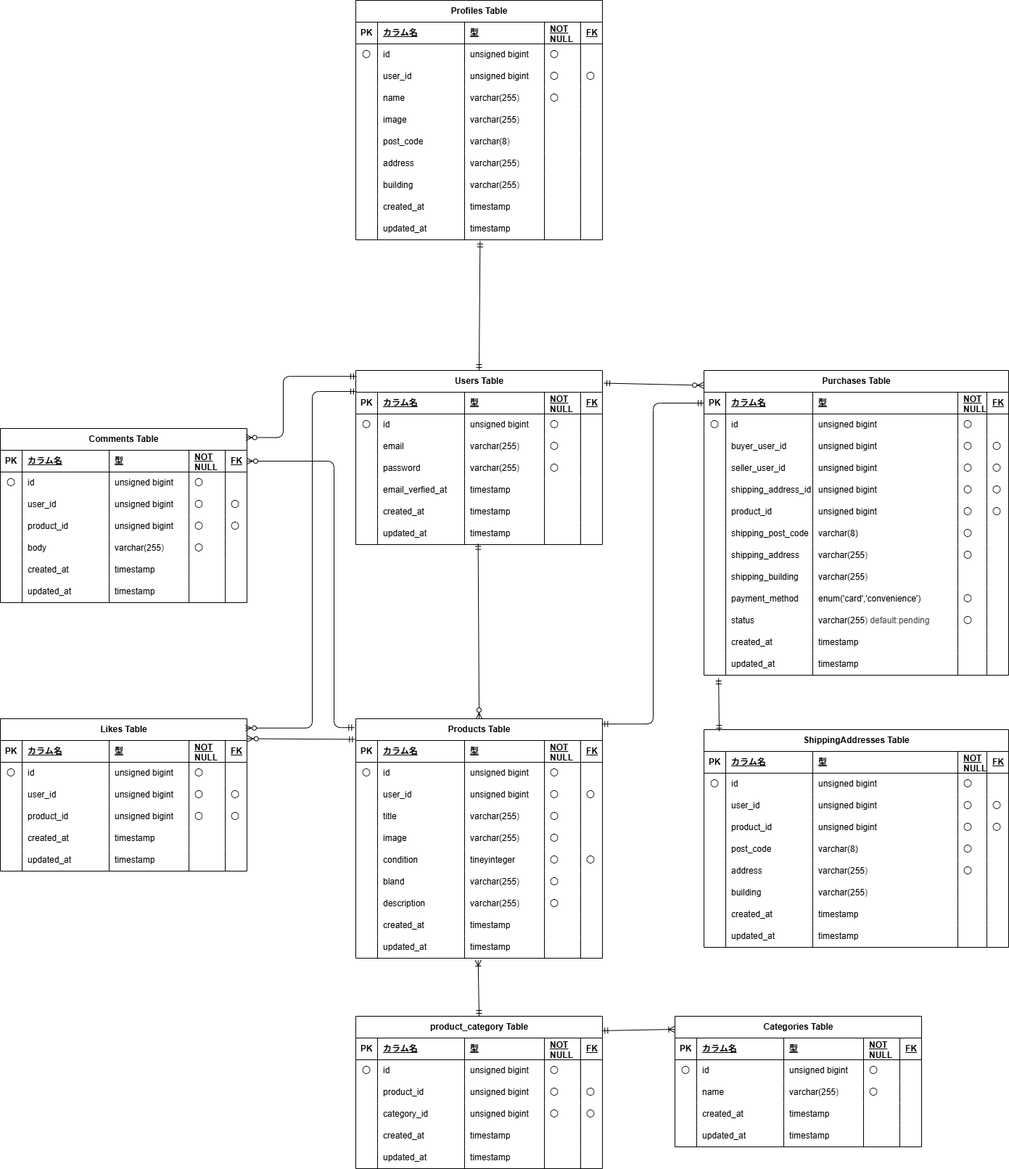
The draw.io diagram mock-case1.png in ErikoKikuchi/mock-case1, before a commit. Source tidied: cells renumbered, new cells last; positions are measured from the earlier drawing's top-left corner, leaving out a move shared by most shapes.
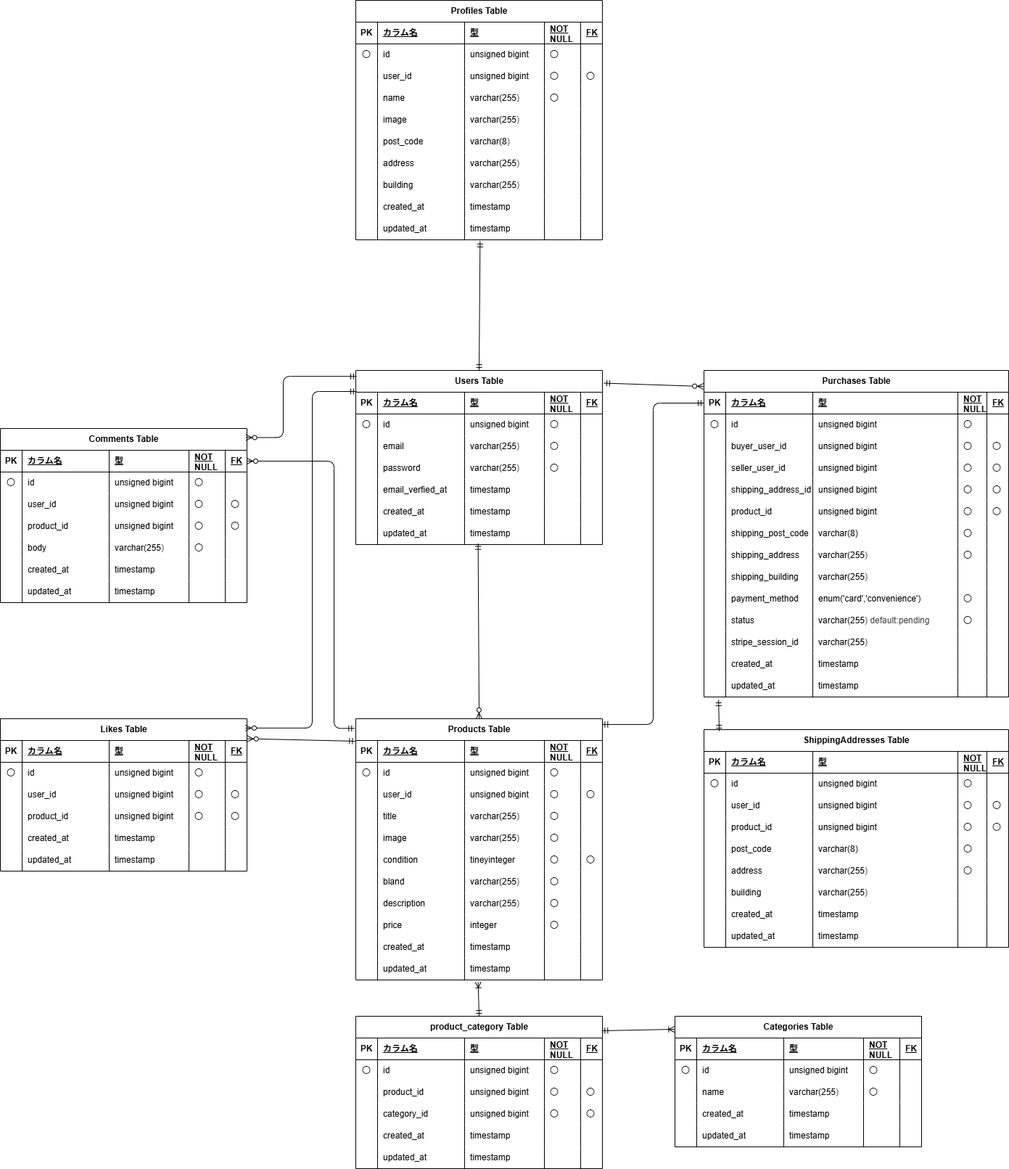
After the change.

Change to the diagram source:
```diff
@@ -465,7 +465,7 @@
       <mxGeometry x="310" width="30" height="30" as="geometry" />
     </mxCell>
     <mxCell id="156" value="Purchases Table" style="shape=table;startSize=30;rowLines=0;fontStyle=1;align=center;html=1;" parent="1" vertex="1">
-      <mxGeometry x="970" y="510" width="420" height="420" as="geometry" />
+      <mxGeometry x="970" y="510" width="420" height="450" as="geometry" />
     </mxCell>
     <mxCell id="157" style="shape=tableRow;horizontal=0;startSize=0;swimlaneHead=0;swimlaneBody=0;fillColor=none;points=[[0,0.5],[1,0.5]];portConstraint=eastwest;top=0;left=0;right=0;bottom=1;" parent="156" vertex="1">
       <mxGeometry y="30" width="420" height="30" as="geometry" />
@@ -665,8 +665,26 @@
     <mxCell id="222" style="shape=partialRectangle;fillColor=none;top=0;left=0;bottom=0;right=0;align=left;spacingLeft=6;overflow=hidden;whiteSpace=wrap;html=1;" parent="217" vertex="1">
       <mxGeometry x="390" width="30" height="30" as="geometry" />
     </mxCell>
+    <mxCell id="460" style="shape=tableRow;horizontal=0;startSize=0;swimlaneHead=0;swimlaneBody=0;fillColor=none;top=0;left=0;right=0;bottom=0;" parent="156" vertex="1">
+      <mxGeometry y="360" width="420" height="30" as="geometry" />
+    </mxCell>
+    <mxCell id="461" style="shape=partialRectangle;fillColor=none;top=0;left=0;bottom=0;right=0;overflow=hidden;whiteSpace=wrap;html=1;" parent="460" vertex="1">
+      <mxGeometry width="30" height="30" as="geometry" />
+    </mxCell>
+    <mxCell id="462" value="stripe_session_id" style="shape=partialRectangle;fillColor=none;top=0;left=0;bottom=0;right=0;align=left;spacingLeft=6;overflow=hidden;whiteSpace=wrap;html=1;" parent="460" vertex="1">
+      <mxGeometry x="30" width="120" height="30" as="geometry" />
+    </mxCell>
+    <mxCell id="463" value="&lt;span style=&quot;scrollbar-color: rgb(226, 226, 226) rgb(251, 251, 251); color: rgb(0, 0, 0);&quot;&gt;varchar(255&lt;/span&gt;&lt;span style=&quot;scrollbar-color: rgb(226, 226, 226) rgb(251, 251, 251); background-color: transparent; color: rgb(63, 63, 63);&quot;&gt;)&lt;/span&gt;" style="shape=partialRectangle;fillColor=none;top=0;left=0;bottom=0;right=0;align=left;spacingLeft=6;overflow=hidden;whiteSpace=wrap;html=1;" parent="460" vertex="1">
+      <mxGeometry x="150" width="200" height="30" as="geometry" />
+    </mxCell>
+    <mxCell id="464" style="shape=partialRectangle;fillColor=none;top=0;left=0;bottom=0;right=0;align=left;spacingLeft=6;overflow=hidden;whiteSpace=wrap;html=1;" parent="460" vertex="1">
+      <mxGeometry x="350" width="40" height="30" as="geometry" />
+    </mxCell>
+    <mxCell id="465" style="shape=partialRectangle;fillColor=none;top=0;left=0;bottom=0;right=0;align=left;spacingLeft=6;overflow=hidden;whiteSpace=wrap;html=1;" parent="460" vertex="1">
+      <mxGeometry x="390" width="30" height="30" as="geometry" />
+    </mxCell>
     <mxCell id="223" style="shape=tableRow;horizontal=0;startSize=0;swimlaneHead=0;swimlaneBody=0;fillColor=none;top=0;left=0;right=0;bottom=0;" parent="156" vertex="1">
-      <mxGeometry y="360" width="420" height="30" as="geometry" />
+      <mxGeometry y="390" width="420" height="30" as="geometry" />
     </mxCell>
     <mxCell id="224" style="shape=partialRectangle;fillColor=none;top=0;left=0;bottom=0;right=0;overflow=hidden;whiteSpace=wrap;html=1;" parent="223" vertex="1">
       <mxGeometry width="30" height="30" as="geometry" />
@@ -684,7 +702,7 @@
       <mxGeometry x="390" width="30" height="30" as="geometry" />
     </mxCell>
     <mxCell id="229" style="shape=tableRow;horizontal=0;startSize=0;swimlaneHead=0;swimlaneBody=0;fillColor=none;points=[[0,0.5],[1,0.5]];portConstraint=eastwest;top=0;left=0;right=0;bottom=0;" parent="156" vertex="1">
-      <mxGeometry y="390" width="420" height="30" as="geometry" />
+      <mxGeometry y="420" width="420" height="30" as="geometry" />
     </mxCell>
     <mxCell id="230" style="shape=partialRectangle;fillColor=none;top=0;left=0;bottom=0;right=0;overflow=hidden;whiteSpace=wrap;html=1;" parent="229" vertex="1">
       <mxGeometry width="30" height="30" as="geometry" />
@@ -702,7 +720,7 @@
       <mxGeometry x="390" width="30" height="30" as="geometry" />
     </mxCell>
     <mxCell id="235" value="Products Table" style="shape=table;startSize=30;rowLines=0;fontStyle=1;align=center;html=1;" parent="1" vertex="1">
-      <mxGeometry x="490" y="990" width="340" height="330" as="geometry" />
+      <mxGeometry x="490" y="990" width="340" height="360" as="geometry" />
     </mxCell>
     <mxCell id="236" style="shape=tableRow;horizontal=0;startSize=0;swimlaneHead=0;swimlaneBody=0;fillColor=none;top=0;left=0;right=0;bottom=1;" parent="235" vertex="1">
       <mxGeometry y="30" width="340" height="30" as="geometry" />
@@ -848,8 +866,26 @@
     <mxCell id="283" style="shape=partialRectangle;fillColor=none;top=0;left=0;bottom=0;right=0;align=left;spacingLeft=6;overflow=hidden;whiteSpace=wrap;html=1;" parent="278" vertex="1">
       <mxGeometry x="310" width="30" height="30" as="geometry" />
     </mxCell>
+    <mxCell id="466" style="shape=tableRow;horizontal=0;startSize=0;swimlaneHead=0;swimlaneBody=0;fillColor=none;top=0;left=0;right=0;bottom=0;" parent="235" vertex="1">
+      <mxGeometry y="270" width="340" height="30" as="geometry" />
+    </mxCell>
+    <mxCell id="467" style="shape=partialRectangle;fillColor=none;top=0;left=0;bottom=0;right=0;overflow=hidden;whiteSpace=wrap;html=1;" parent="466" vertex="1">
+      <mxGeometry width="30" height="30" as="geometry" />
+    </mxCell>
+    <mxCell id="468" value="price" style="shape=partialRectangle;fillColor=none;top=0;left=0;bottom=0;right=0;align=left;spacingLeft=6;overflow=hidden;whiteSpace=wrap;html=1;" parent="466" vertex="1">
+      <mxGeometry x="30" width="120" height="30" as="geometry" />
+    </mxCell>
+    <mxCell id="469" value="integer" style="shape=partialRectangle;fillColor=none;top=0;left=0;bottom=0;right=0;align=left;spacingLeft=6;overflow=hidden;whiteSpace=wrap;html=1;" parent="466" vertex="1">
+      <mxGeometry x="150" width="110" height="30" as="geometry" />
+    </mxCell>
+    <mxCell id="470" value="〇" style="shape=partialRectangle;fillColor=none;top=0;left=0;bottom=0;right=0;align=left;spacingLeft=6;overflow=hidden;whiteSpace=wrap;html=1;" parent="466" vertex="1">
+      <mxGeometry x="260" width="50" height="30" as="geometry" />
+    </mxCell>
+    <mxCell id="471" style="shape=partialRectangle;fillColor=none;top=0;left=0;bottom=0;right=0;align=left;spacingLeft=6;overflow=hidden;whiteSpace=wrap;html=1;" parent="466" vertex="1">
+      <mxGeometry x="310" width="30" height="30" as="geometry" />
+    </mxCell>
     <mxCell id="284" style="shape=tableRow;horizontal=0;startSize=0;swimlaneHead=0;swimlaneBody=0;fillColor=none;top=0;left=0;right=0;bottom=0;" parent="235" vertex="1">
-      <mxGeometry y="270" width="340" height="30" as="geometry" />
+      <mxGeometry y="300" width="340" height="30" as="geometry" />
     </mxCell>
     <mxCell id="285" style="shape=partialRectangle;fillColor=none;top=0;left=0;bottom=0;right=0;overflow=hidden;whiteSpace=wrap;html=1;" parent="284" vertex="1">
       <mxGeometry width="30" height="30" as="geometry" />
@@ -867,7 +903,7 @@
       <mxGeometry x="310" width="30" height="30" as="geometry" />
     </mxCell>
     <mxCell id="290" style="shape=tableRow;horizontal=0;startSize=0;swimlaneHead=0;swimlaneBody=0;fillColor=none;points=[[0,0.5],[1,0.5]];portConstraint=eastwest;top=0;left=0;right=0;bottom=0;" parent="235" vertex="1">
-      <mxGeometry y="300" width="340" height="30" as="geometry" />
+      <mxGeometry y="330" width="340" height="30" as="geometry" />
     </mxCell>
     <mxCell id="291" style="shape=partialRectangle;fillColor=none;top=0;left=0;bottom=0;right=0;overflow=hidden;whiteSpace=wrap;html=1;" parent="290" vertex="1">
       <mxGeometry width="30" height="30" as="geometry" />
```
